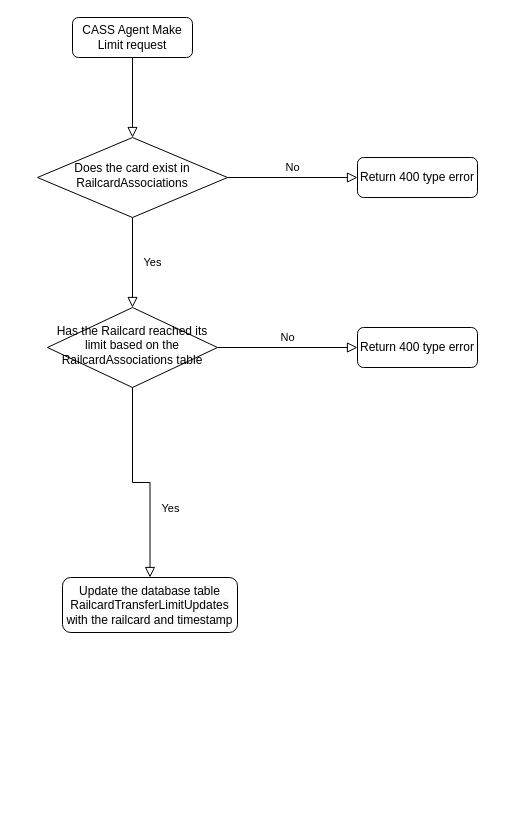
This is CCIS-RailcardLimit.drawio from mattwatts36/drawings, a draw.io file, before an edit. Source tidied: cells renumbered, new cells numbered last; positions are measured from the earlier drawing's top-left corner, leaving out a move shared by most shapes. Both pictures are drawn from the tidied source at 100%, with x=0, y=0 at pixel (37, 17).
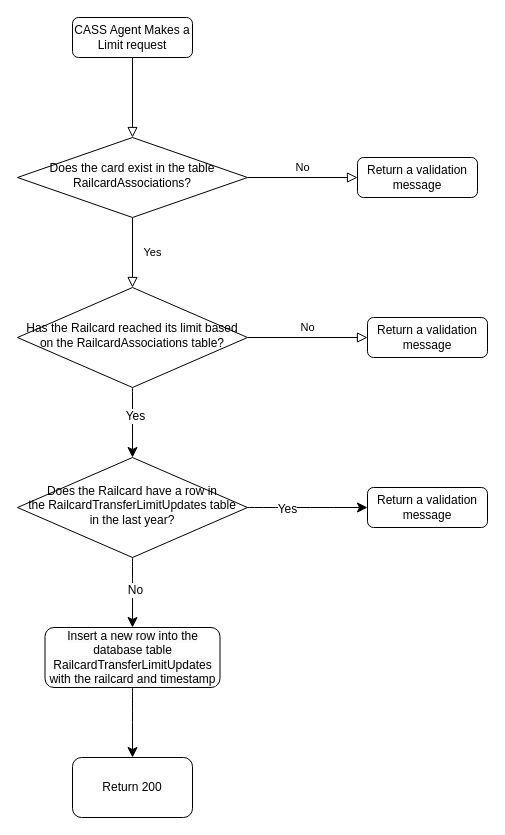
After the change.

What changed in the source:
```diff
@@
-    <mxCell id="3" value="CASS Agent Make Limit request" style="rounded=1;whiteSpace=wrap;html=1;fontSize=12;glass=0;strokeWidth=1;shadow=0;" parent="1" vertex="1">
+    <mxCell id="3" value="CASS Agent Makes a Limit request" style="rounded=1;whiteSpace=wrap;html=1;fontSize=12;glass=0;strokeWidth=1;shadow=0;" parent="1" vertex="1">
       <mxGeometry x="35" width="120" height="40" as="geometry" />
     </mxCell>
@@
-    <mxCell id="6" value="Does the card exist in RailcardAssociations" style="rhombus;whiteSpace=wrap;html=1;shadow=0;fontFamily=Helvetica;fontSize=12;align=center;strokeWidth=1;spacing=6;spacingTop=-4;" parent="1" vertex="1">
-      <mxGeometry y="120" width="190" height="80" as="geometry" />
+    <mxCell id="6" value="Does the card exist in the table RailcardAssociations?" style="rhombus;whiteSpace=wrap;html=1;shadow=0;fontFamily=Helvetica;fontSize=12;align=center;strokeWidth=1;spacing=6;spacingTop=-4;" parent="1" vertex="1">
+      <mxGeometry x="-20" y="120" width="230" height="80" as="geometry" />
     </mxCell>
-    <mxCell id="7" value="Return 400 type error" style="rounded=1;whiteSpace=wrap;html=1;fontSize=12;glass=0;strokeWidth=1;shadow=0;" parent="1" vertex="1">
+    <mxCell id="7" value="Return a validation message" style="rounded=1;whiteSpace=wrap;html=1;fontSize=12;glass=0;strokeWidth=1;shadow=0;" parent="1" vertex="1">
       <mxGeometry x="320" y="140" width="120" height="40" as="geometry" />
     </mxCell>
-    <mxCell id="8" value="Yes" style="rounded=0;html=1;jettySize=auto;fontSize=11;endArrow=block;endFill=0;endSize=8;strokeWidth=1;shadow=0;labelBackgroundColor=none;edgeStyle=orthogonalEdgeStyle;" parent="1" edge="1" source="10" target="11">
-      <mxGeometry x="0.33" y="20" relative="1" as="geometry" />
-    </mxCell>
@@
+    <mxCell id="13" style="edgeStyle=none;curved=1;rounded=0;jettySize=auto;html=1;fontSize=12;startSize=8;endSize=8;" parent="1" edge="1" source="10" target="21">
+      <mxGeometry relative="1" as="geometry" />
+    </mxCell>
+    <mxCell id="14" value="Yes" style="edgeLabel;html=1;align=center;verticalAlign=middle;fontSize=12;" parent="13" vertex="1">
+      <mxGeometry x="-0.2" y="2" relative="1" as="geometry" />
+    </mxCell>
-    <mxCell id="10" value="Has the Railcard reached its limit based on the RailcardAssociations table" style="rhombus;whiteSpace=wrap;html=1;shadow=0;fontFamily=Helvetica;fontSize=12;align=center;strokeWidth=1;spacing=6;spacingTop=-4;" parent="1" vertex="1">
-      <mxGeometry x="10" y="290" width="170" height="80" as="geometry" />
+    <mxCell id="10" value="Has the Railcard reached its limit based on the RailcardAssociations table?" style="rhombus;whiteSpace=wrap;html=1;shadow=0;fontFamily=Helvetica;fontSize=12;align=center;strokeWidth=1;spacing=6;spacingTop=-4;" parent="1" vertex="1">
+      <mxGeometry x="-20" y="270" width="230" height="100" as="geometry" />
     </mxCell>
+    <mxCell id="15" style="edgeStyle=none;curved=1;rounded=0;jettySize=auto;html=1;fontSize=12;startSize=8;endSize=8;" parent="1" edge="1" source="11" target="16">
+      <mxGeometry relative="1" as="geometry" />
+    </mxCell>
-    <mxCell id="11" value="&lt;span style=&quot;background-color: rgb(251, 251, 251);&quot;&gt;Update the database table RailcardTransferLimitUpdates with the railcard and timestamp&lt;/span&gt;" style="rounded=1;whiteSpace=wrap;html=1;fontSize=12;glass=0;strokeWidth=1;shadow=0;" parent="1" vertex="1">
-      <mxGeometry x="25" y="560" width="175" height="55" as="geometry" />
+    <mxCell id="11" value="&lt;span style=&quot;background-color: rgb(251, 251, 251);&quot;&gt;Insert a new row into the database table RailcardTransferLimitUpdates with the railcard and timestamp&lt;/span&gt;" style="rounded=1;whiteSpace=wrap;html=1;fontSize=12;glass=0;strokeWidth=1;shadow=0;" parent="1" vertex="1">
+      <mxGeometry x="7.5" y="610" width="175" height="60" as="geometry" />
     </mxCell>
-    <mxCell id="12" value="Return 400 type error" style="rounded=1;whiteSpace=wrap;html=1;fontSize=12;glass=0;strokeWidth=1;shadow=0;" parent="1" vertex="1">
-      <mxGeometry x="320" y="310" width="120" height="40" as="geometry" />
+    <mxCell id="12" value="Return a validation message" style="rounded=1;whiteSpace=wrap;html=1;fontSize=12;glass=0;strokeWidth=1;shadow=0;" parent="1" vertex="1">
+      <mxGeometry x="330" y="300" width="120" height="40" as="geometry" />
     </mxCell>
+    <mxCell id="16" value="Return 200" style="whiteSpace=wrap;html=1;rounded=1;glass=0;strokeWidth=1;shadow=0;" parent="1" vertex="1">
+      <mxGeometry x="35" y="740" width="120" height="60" as="geometry" />
+    </mxCell>
+    <mxCell id="17" style="edgeStyle=none;curved=1;rounded=0;jettySize=auto;html=1;entryX=0.5;entryY=0;entryDx=0;entryDy=0;fontSize=12;startSize=8;endSize=8;" parent="1" edge="1" source="21" target="11">
+      <mxGeometry relative="1" as="geometry" />
+    </mxCell>
+    <mxCell id="18" value="No" style="edgeLabel;html=1;align=center;verticalAlign=middle;fontSize=12;" parent="17" vertex="1">
+      <mxGeometry x="-0.09" y="2" relative="1" as="geometry" />
+    </mxCell>
+    <mxCell id="19" style="edgeStyle=none;curved=1;rounded=0;jettySize=auto;html=1;entryX=0;entryY=0.5;entryDx=0;entryDy=0;fontSize=12;startSize=8;endSize=8;" parent="1" edge="1" source="21" target="22">
+      <mxGeometry relative="1" as="geometry" />
+    </mxCell>
+    <mxCell id="20" value="Yes" style="edgeLabel;html=1;align=center;verticalAlign=middle;fontSize=12;" parent="19" vertex="1">
+      <mxGeometry x="-0.35" y="-1" relative="1" as="geometry" />
+    </mxCell>
+    <mxCell id="21" value="Does the Railcard have a row in the&amp;nbsp;RailcardTransferLimitUpdates table in the last year?" style="rhombus;whiteSpace=wrap;html=1;shadow=0;fontFamily=Helvetica;fontSize=12;align=center;strokeWidth=1;spacing=6;spacingTop=-4;" parent="1" vertex="1">
+      <mxGeometry x="-20" y="440" width="230" height="100" as="geometry" />
+    </mxCell>
+    <mxCell id="22" value="Return a validation message" style="rounded=1;whiteSpace=wrap;html=1;fontSize=12;glass=0;strokeWidth=1;shadow=0;" parent="1" vertex="1">
+      <mxGeometry x="330" y="470" width="120" height="40" as="geometry" />
+    </mxCell>
```
